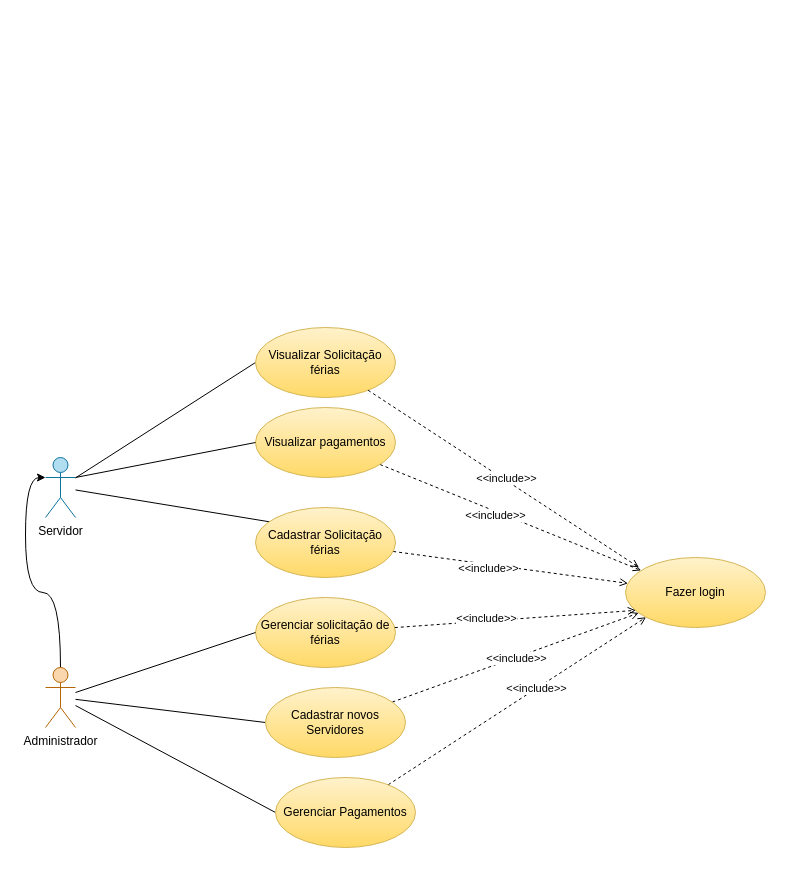
The draw.io diagram vacationManagerAPI/docs/use_cases_diagram.drawio in Gabrielx47/vacationManager, before the edit. Source tidied: cells renumbered, new cells numbered last; positions are measured from the earlier drawing's top-left corner, leaving out a move shared by most shapes. Both pictures are drawn from the tidied source at 100%, with x=0, y=0 at pixel (45, 327).
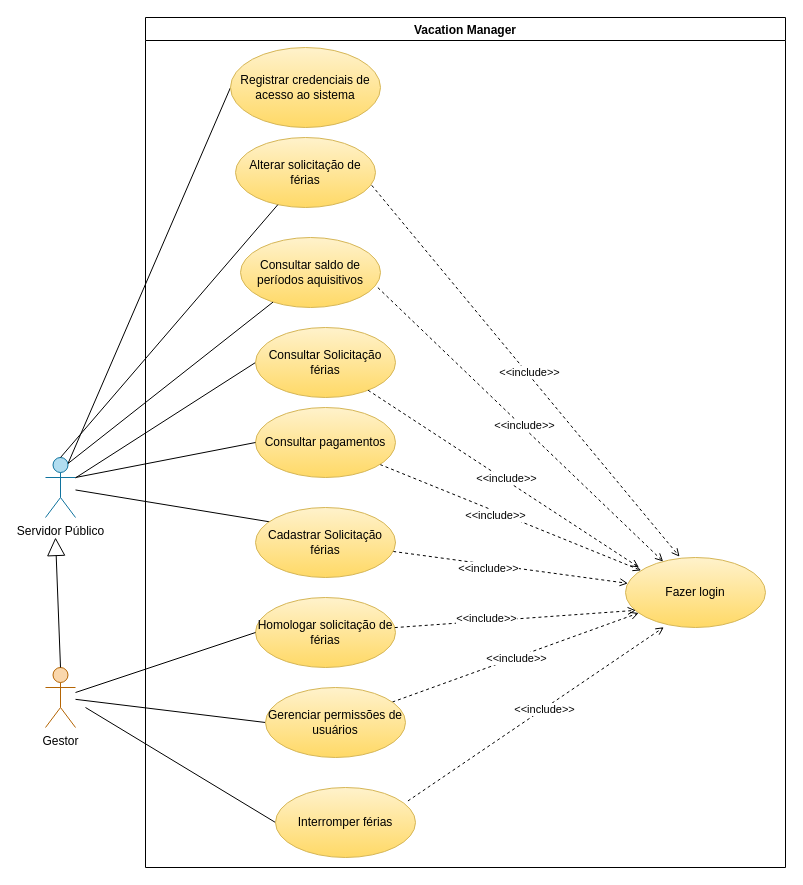
After the change.

Unchanged cells that the change refers to:
```xml
<mxCell id="21" value="&lt;font style=&quot;color: rgb(0, 0, 0);&quot;&gt;Fazer login&lt;/font&gt;" style="ellipse;whiteSpace=wrap;html=1;fillColor=#fff2cc;gradientColor=#ffd966;strokeColor=#d6b656;" parent="1" vertex="1">
  <mxGeometry x="580" y="230" width="140" height="70" as="geometry" />
</mxCell>
```

What changed in the source:
```diff
@@
-    <mxCell id="2" value="&lt;font style=&quot;color: rgb(0, 0, 0);&quot;&gt;Gerenciar solicitação de férias&lt;/font&gt;" style="ellipse;whiteSpace=wrap;html=1;fillColor=#fff2cc;gradientColor=#ffd966;strokeColor=#d6b656;" parent="1" vertex="1">
+    <mxCell id="2" value="&lt;font style=&quot;color: rgb(0, 0, 0);&quot;&gt;Homologar solicitação de férias&lt;/font&gt;" style="ellipse;whiteSpace=wrap;html=1;fillColor=#fff2cc;gradientColor=#ffd966;strokeColor=#d6b656;" parent="1" vertex="1">
       <mxGeometry x="210" y="270" width="140" height="70" as="geometry" />
     </mxCell>
@@
-    <mxCell id="5" style="edgeStyle=orthogonalEdgeStyle;rounded=0;jettySize=auto;html=1;entryX=0;entryY=0.3333333333333333;entryDx=0;entryDy=0;entryPerimeter=0;curved=1;" parent="1" edge="1" source="6" target="9">
-      <mxGeometry relative="1" as="geometry" />
-    </mxCell>
-    <mxCell id="6" value="Administrador" style="shape=umlActor;verticalLabelPosition=bottom;verticalAlign=top;html=1;fillColor=#fad7ac;strokeColor=#b46504;" parent="1" vertex="1">
+    <mxCell id="6" value="Gestor" style="shape=umlActor;verticalLabelPosition=bottom;verticalAlign=top;html=1;fillColor=#fad7ac;strokeColor=#b46504;" parent="1" vertex="1">
       <mxGeometry y="340" width="30" height="60" as="geometry" />
     </mxCell>
@@
+    <mxCell id="30" style="rounded=0;jettySize=auto;html=1;exitX=0.75;exitY=0.1;exitDx=0;exitDy=0;exitPerimeter=0;entryX=0;entryY=0.5;entryDx=0;entryDy=0;endArrow=none;endFill=0;" parent="1" edge="1" source="9" target="31">
+      <mxGeometry relative="1" as="geometry" />
+    </mxCell>
-    <mxCell id="9" value="Servidor" style="shape=umlActor;verticalLabelPosition=bottom;verticalAlign=top;html=1;fillColor=#b1ddf0;strokeColor=#10739e;" parent="1" vertex="1">
+    <mxCell id="9" value="Servidor Público" style="shape=umlActor;verticalLabelPosition=bottom;verticalAlign=top;html=1;fillColor=#b1ddf0;strokeColor=#10739e;" parent="1" vertex="1">
       <mxGeometry y="130" width="30" height="60" as="geometry" />
     </mxCell>
@@
-    <mxCell id="13" value="&lt;font style=&quot;color: rgb(0, 0, 0);&quot;&gt;Cadastrar novos Servidores&lt;/font&gt;" style="ellipse;whiteSpace=wrap;html=1;fillColor=#fff2cc;gradientColor=#ffd966;strokeColor=#d6b656;" parent="1" vertex="1">
+    <mxCell id="13" value="&lt;font style=&quot;color: rgb(0, 0, 0);&quot;&gt;Gerenciar permissões de usuários&lt;/font&gt;" style="ellipse;whiteSpace=wrap;html=1;fillColor=#fff2cc;gradientColor=#ffd966;strokeColor=#d6b656;" parent="1" vertex="1">
       <mxGeometry x="220" y="360" width="140" height="70" as="geometry" />
     </mxCell>
-    <mxCell id="14" style="rounded=0;jettySize=auto;html=1;exitX=0;exitY=0.5;exitDx=0;exitDy=0;endArrow=none;endFill=0;" parent="1" edge="1" source="16" target="6">
-      <mxGeometry relative="1" as="geometry" />
-    </mxCell>
-    <mxCell id="15" style="rounded=0;jettySize=auto;html=1;entryX=0;entryY=1;entryDx=0;entryDy=0;dashed=1;endArrow=open;endFill=0;" parent="1" edge="1" source="16" target="21">
-      <mxGeometry relative="1" as="geometry" />
-    </mxCell>
-    <mxCell id="16" value="&lt;font style=&quot;color: rgb(0, 0, 0);&quot;&gt;Gerenciar Pagamentos&lt;/font&gt;" style="ellipse;whiteSpace=wrap;html=1;fillColor=#fff2cc;gradientColor=#ffd966;strokeColor=#d6b656;" parent="1" vertex="1">
-      <mxGeometry x="230" y="450" width="140" height="70" as="geometry" />
-    </mxCell>
@@
-    <mxCell id="18" value="&lt;font style=&quot;color: rgb(0, 0, 0);&quot;&gt;Visualizar pagamentos&lt;/font&gt;" style="ellipse;whiteSpace=wrap;html=1;fillColor=#fff2cc;strokeColor=#d6b656;gradientColor=#ffd966;" parent="1" vertex="1">
+    <mxCell id="18" value="&lt;font style=&quot;color: rgb(0, 0, 0);&quot;&gt;Consultar pagamentos&lt;/font&gt;" style="ellipse;whiteSpace=wrap;html=1;fillColor=#fff2cc;strokeColor=#d6b656;gradientColor=#ffd966;" parent="1" vertex="1">
       <mxGeometry x="210" y="80" width="140" height="70" as="geometry" />
     </mxCell>
@@
-    <mxCell id="20" value="&lt;span style=&quot;color: rgb(0, 0, 0);&quot;&gt;Visualizar Solicitação férias&lt;/span&gt;" style="ellipse;whiteSpace=wrap;html=1;fillColor=#fff2cc;strokeColor=#d6b656;gradientColor=#ffd966;" parent="1" vertex="1">
+    <mxCell id="20" value="&lt;span style=&quot;color: rgb(0, 0, 0);&quot;&gt;Consultar Solicitação férias&lt;/span&gt;" style="ellipse;whiteSpace=wrap;html=1;fillColor=#fff2cc;strokeColor=#d6b656;gradientColor=#ffd966;" parent="1" vertex="1">
       <mxGeometry x="210" width="140" height="70" as="geometry" />
     </mxCell>
@@
-    <mxCell id="29" value="&amp;lt;&amp;lt;include&amp;gt;&amp;gt;" style="edgeLabel;html=1;align=center;verticalAlign=middle;" parent="1" vertex="1">
-      <mxGeometry x="490" y="360" as="geometry" />
-    </mxCell>
+    <mxCell id="31" value="&lt;font style=&quot;color: rgb(0, 0, 0);&quot;&gt;Registrar credenciais de acesso ao sistema&lt;/font&gt;" style="ellipse;whiteSpace=wrap;html=1;fillColor=#fff2cc;strokeColor=#d6b656;gradientColor=#ffd966;fontColor=#000000;" parent="1" vertex="1">
+      <mxGeometry x="185" y="-280" width="150" height="80" as="geometry" />
+    </mxCell>
+    <mxCell id="32" style="endArrow=block;endSize=16;endFill=0;html=1;rounded=0;exitX=0.5;exitY=0;exitDx=0;exitDy=0;exitPerimeter=0;" parent="1" edge="1" source="6">
+      <mxGeometry relative="1" as="geometry">
+        <mxPoint x="10" y="210" as="targetPoint" />
+      </mxGeometry>
+    </mxCell>
+    <mxCell id="33" style="rounded=0;jettySize=auto;html=1;exitX=0;exitY=0.5;exitDx=0;exitDy=0;endArrow=none;endFill=0;" parent="1" edge="1" source="34">
+      <mxGeometry relative="1" as="geometry">
+        <mxPoint x="40" y="380" as="targetPoint" />
+      </mxGeometry>
+    </mxCell>
+    <mxCell id="34" value="Interromper férias" style="ellipse;whiteSpace=wrap;html=1;fillColor=#fff2cc;strokeColor=#d6b656;gradientColor=#ffd966;fontColor=#000000;" parent="1" vertex="1">
+      <mxGeometry x="230" y="460" width="140" height="70" as="geometry" />
+    </mxCell>
+    <mxCell id="35" style="rounded=0;jettySize=auto;html=1;endArrow=open;endFill=0;dashed=1;exitX=0.946;exitY=0.192;exitDx=0;exitDy=0;exitPerimeter=0;entryX=0.274;entryY=0.996;entryDx=0;entryDy=0;entryPerimeter=0;" parent="1" edge="1" source="34" target="21">
+      <mxGeometry relative="1" as="geometry" />
+    </mxCell>
+    <mxCell id="36" value="&amp;lt;&amp;lt;include&amp;gt;&amp;gt;" style="edgeLabel;html=1;align=center;verticalAlign=middle;" parent="35" vertex="1">
+      <mxGeometry x="0.06" relative="1" as="geometry" />
+    </mxCell>
+    <mxCell id="37" value="&lt;span style=&quot;color: rgb(0, 0, 0);&quot;&gt;Consultar saldo de períodos aquisitivos&lt;/span&gt;" style="ellipse;whiteSpace=wrap;html=1;fillColor=#fff2cc;strokeColor=#d6b656;gradientColor=#ffd966;" parent="1" vertex="1">
+      <mxGeometry x="195" y="-90" width="140" height="70" as="geometry" />
+    </mxCell>
+    <mxCell id="38" style="rounded=0;jettySize=auto;html=1;entryX=0.75;entryY=0.1;entryDx=0;entryDy=0;entryPerimeter=0;endArrow=none;endFill=0;" parent="1" edge="1" source="37" target="9">
+      <mxGeometry relative="1" as="geometry" />
+    </mxCell>
+    <mxCell id="39" style="rounded=0;jettySize=auto;html=1;endArrow=open;endFill=0;dashed=1;exitX=0.981;exitY=0.716;exitDx=0;exitDy=0;exitPerimeter=0;" parent="1" edge="1" source="37" target="21">
+      <mxGeometry relative="1" as="geometry" />
+    </mxCell>
+    <mxCell id="40" value="&amp;lt;&amp;lt;include&amp;gt;&amp;gt;" style="edgeLabel;html=1;align=center;verticalAlign=middle;" parent="39" vertex="1">
+      <mxGeometry x="0.01" y="2" relative="1" as="geometry" />
+    </mxCell>
+    <mxCell id="41" value="&lt;span style=&quot;color: rgb(0, 0, 0);&quot;&gt;Alterar solicitação de férias&lt;/span&gt;" style="ellipse;whiteSpace=wrap;html=1;fillColor=#fff2cc;strokeColor=#d6b656;gradientColor=#ffd966;" parent="1" vertex="1">
+      <mxGeometry x="190" y="-190" width="140" height="70" as="geometry" />
+    </mxCell>
+    <mxCell id="42" style="rounded=0;jettySize=auto;html=1;entryX=0.5;entryY=0;entryDx=0;entryDy=0;entryPerimeter=0;endArrow=none;endFill=0;" parent="1" edge="1" source="41" target="9">
+      <mxGeometry relative="1" as="geometry" />
+    </mxCell>
+    <mxCell id="43" style="rounded=0;jettySize=auto;html=1;endArrow=open;endFill=0;dashed=1;exitX=0.973;exitY=0.683;exitDx=0;exitDy=0;exitPerimeter=0;entryX=0.386;entryY=-0.012;entryDx=0;entryDy=0;entryPerimeter=0;" parent="1" edge="1" source="41" target="21">
+      <mxGeometry relative="1" as="geometry" />
+    </mxCell>
+    <mxCell id="44" value="&amp;lt;&amp;lt;include&amp;gt;&amp;gt;" style="edgeLabel;html=1;align=center;verticalAlign=middle;" parent="43" vertex="1">
+      <mxGeometry x="0.01" y="2" relative="1" as="geometry" />
+    </mxCell>
+    <mxCell id="45" value="Vacation Manager" style="swimlane;" parent="1" vertex="1">
+      <mxGeometry x="100" y="-310" width="640" height="850" as="geometry" />
+    </mxCell>
```
